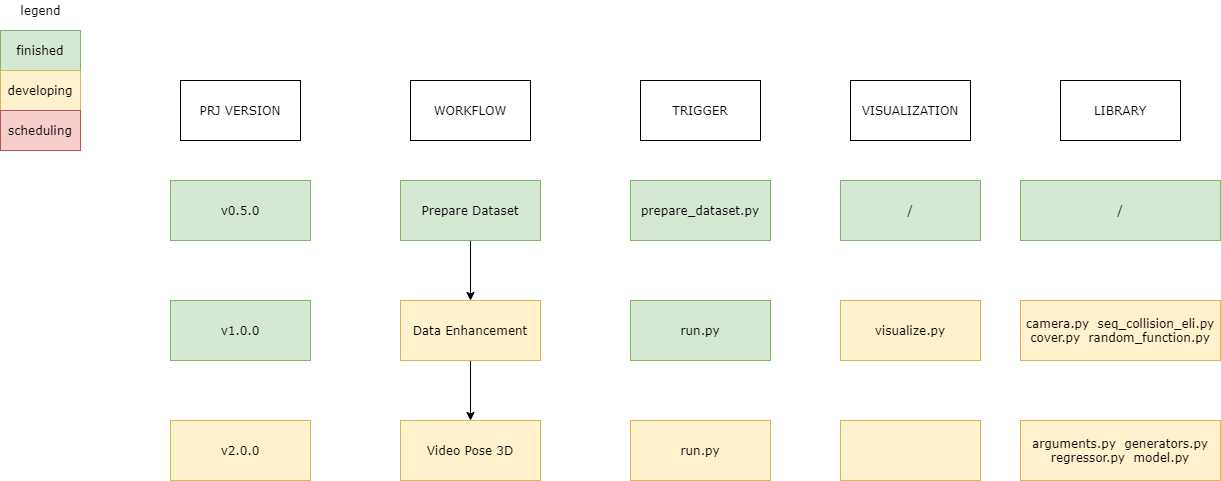
Above: Graphs/OverallLayout.png in rese1f/Self-supervised-Cross-view-3D-Human-Pose-Estimation-and-Localization-in-Video (draw.io), before the change. Source tidied: cells renumbered, new cells last; positions are measured from the earlier drawing's top-left corner, leaving out a move shared by most shapes. The source it was exported from:
```xml
<mxGraphModel>
  <root>
    <mxCell id="0" />
    <mxCell id="1" parent="0" />
    <mxCell id="2" style="edgeStyle=orthogonalEdgeStyle;rounded=0;jettySize=auto;html=1;exitX=0.5;exitY=1;exitDx=0;exitDy=0;entryX=0.5;entryY=0;entryDx=0;entryDy=0;fontFamily=Verdana;" parent="1" edge="1" source="3" target="4">
      <mxGeometry relative="1" as="geometry" />
    </mxCell>
    <mxCell id="3" value="Data Enhancement" style="rounded=0;whiteSpace=wrap;html=1;fontFamily=Verdana;fillColor=#fff2cc;strokeColor=#d6b656;" parent="1" vertex="1">
      <mxGeometry x="400" y="300" width="140" height="60" as="geometry" />
    </mxCell>
    <mxCell id="4" value="Video Pose 3D" style="rounded=0;whiteSpace=wrap;html=1;fontFamily=Verdana;fillColor=#fff2cc;strokeColor=#d6b656;" parent="1" vertex="1">
      <mxGeometry x="400" y="420" width="140" height="60" as="geometry" />
    </mxCell>
    <mxCell id="5" value="camera.py&amp;nbsp; seq_collision_eli.py&lt;br&gt;cover.py&amp;nbsp; random_function.py" style="rounded=0;whiteSpace=wrap;html=1;fontFamily=Verdana;fillColor=#fff2cc;strokeColor=#d6b656;" parent="1" vertex="1">
      <mxGeometry x="1020" y="300" width="200" height="60" as="geometry" />
    </mxCell>
    <mxCell id="6" style="edgeStyle=orthogonalEdgeStyle;rounded=0;jettySize=auto;html=1;exitX=0.5;exitY=1;exitDx=0;exitDy=0;entryX=0.5;entryY=0;entryDx=0;entryDy=0;fontFamily=Verdana;" parent="1" edge="1" source="7" target="3">
      <mxGeometry relative="1" as="geometry" />
    </mxCell>
    <mxCell id="7" value="Prepare Dataset" style="rounded=0;whiteSpace=wrap;html=1;fontFamily=Verdana;fillColor=#d5e8d4;strokeColor=#82b366;" parent="1" vertex="1">
      <mxGeometry x="400" y="180" width="140" height="60" as="geometry" />
    </mxCell>
    <mxCell id="8" value="WORKFLOW" style="rounded=0;whiteSpace=wrap;html=1;fontFamily=Verdana;" parent="1" vertex="1">
      <mxGeometry x="410" y="80" width="120" height="60" as="geometry" />
    </mxCell>
    <mxCell id="9" value="TRIGGER" style="rounded=0;whiteSpace=wrap;html=1;fontFamily=Verdana;" parent="1" vertex="1">
      <mxGeometry x="640" y="80" width="120" height="60" as="geometry" />
    </mxCell>
    <mxCell id="10" value="prepare_dataset.py" style="rounded=0;whiteSpace=wrap;html=1;fontFamily=Verdana;fillColor=#d5e8d4;strokeColor=#82b366;" parent="1" vertex="1">
      <mxGeometry x="630" y="180" width="140" height="60" as="geometry" />
    </mxCell>
    <mxCell id="11" value="LIBRARY" style="rounded=0;whiteSpace=wrap;html=1;fontFamily=Verdana;" parent="1" vertex="1">
      <mxGeometry x="1060" y="80" width="120" height="60" as="geometry" />
    </mxCell>
    <mxCell id="12" value="run.py" style="rounded=0;whiteSpace=wrap;html=1;fontFamily=Verdana;fillColor=#d5e8d4;strokeColor=#82b366;" parent="1" vertex="1">
      <mxGeometry x="630" y="300" width="140" height="60" as="geometry" />
    </mxCell>
    <mxCell id="13" value="VISUALIZATION" style="rounded=0;whiteSpace=wrap;html=1;fontFamily=Verdana;" parent="1" vertex="1">
      <mxGeometry x="850" y="80" width="120" height="60" as="geometry" />
    </mxCell>
    <mxCell id="14" value="visualize.py" style="rounded=0;whiteSpace=wrap;html=1;fontFamily=Verdana;fillColor=#fff2cc;strokeColor=#d6b656;" parent="1" vertex="1">
      <mxGeometry x="840" y="300" width="140" height="60" as="geometry" />
    </mxCell>
    <mxCell id="15" value="run.py" style="rounded=0;whiteSpace=wrap;html=1;fontFamily=Verdana;fillColor=#fff2cc;strokeColor=#d6b656;" parent="1" vertex="1">
      <mxGeometry x="630" y="420" width="140" height="60" as="geometry" />
    </mxCell>
    <mxCell id="16" value="finished" style="rounded=0;whiteSpace=wrap;html=1;fillColor=#d5e8d4;strokeColor=#82b366;fontFamily=Verdana;" parent="1" vertex="1">
      <mxGeometry y="30" width="80" height="40" as="geometry" />
    </mxCell>
    <mxCell id="17" value="developing" style="rounded=0;whiteSpace=wrap;html=1;fillColor=#fff2cc;strokeColor=#d6b656;fontFamily=Verdana;" parent="1" vertex="1">
      <mxGeometry y="70" width="80" height="40" as="geometry" />
    </mxCell>
    <mxCell id="18" value="scheduling" style="rounded=0;whiteSpace=wrap;html=1;fillColor=#f8cecc;strokeColor=#b85450;fontFamily=Verdana;" parent="1" vertex="1">
      <mxGeometry y="110" width="80" height="40" as="geometry" />
    </mxCell>
    <mxCell id="19" value="PRJ VERSION" style="rounded=0;whiteSpace=wrap;html=1;fontFamily=Verdana;" parent="1" vertex="1">
      <mxGeometry x="180" y="80" width="120" height="60" as="geometry" />
    </mxCell>
    <mxCell id="20" value="v0.5.0" style="rounded=0;whiteSpace=wrap;html=1;fontFamily=Verdana;fillColor=#d5e8d4;strokeColor=#82b366;" parent="1" vertex="1">
      <mxGeometry x="170" y="180" width="140" height="60" as="geometry" />
    </mxCell>
    <mxCell id="21" value="v1.0.0" style="rounded=0;whiteSpace=wrap;html=1;fontFamily=Verdana;fillColor=#d5e8d4;strokeColor=#82b366;" parent="1" vertex="1">
      <mxGeometry x="170" y="300" width="140" height="60" as="geometry" />
    </mxCell>
    <mxCell id="22" value="v2.0.0" style="rounded=0;whiteSpace=wrap;html=1;fontFamily=Verdana;fillColor=#fff2cc;strokeColor=#d6b656;" parent="1" vertex="1">
      <mxGeometry x="170" y="420" width="140" height="60" as="geometry" />
    </mxCell>
    <mxCell id="23" value="legend" style="text;html=1;align=center;verticalAlign=middle;fontFamily=Verdana;" parent="1" vertex="1">
      <mxGeometry x="10" width="60" height="20" as="geometry" />
    </mxCell>
    <mxCell id="24" style="rounded=0;whiteSpace=wrap;html=1;fontFamily=Verdana;fillColor=#fff2cc;strokeColor=#d6b656;" parent="1" vertex="1">
      <mxGeometry x="840" y="420" width="140" height="60" as="geometry" />
    </mxCell>
    <mxCell id="25" value="arguments.py&amp;nbsp; generators.py&lt;br&gt;regressor.py&amp;nbsp; model.py" style="rounded=0;whiteSpace=wrap;html=1;fontFamily=Verdana;fillColor=#fff2cc;strokeColor=#d6b656;" parent="1" vertex="1">
      <mxGeometry x="1020" y="420" width="200" height="60" as="geometry" />
    </mxCell>
    <mxCell id="26" value="/" style="rounded=0;whiteSpace=wrap;html=1;fontFamily=Verdana;fillColor=#d5e8d4;strokeColor=#82b366;" parent="1" vertex="1">
      <mxGeometry x="840" y="180" width="140" height="60" as="geometry" />
    </mxCell>
    <mxCell id="27" value="/" style="rounded=0;whiteSpace=wrap;html=1;fontFamily=Verdana;fillColor=#d5e8d4;strokeColor=#82b366;" parent="1" vertex="1">
      <mxGeometry x="1020" y="180" width="200" height="60" as="geometry" />
    </mxCell>
  </root>
</mxGraphModel>
```
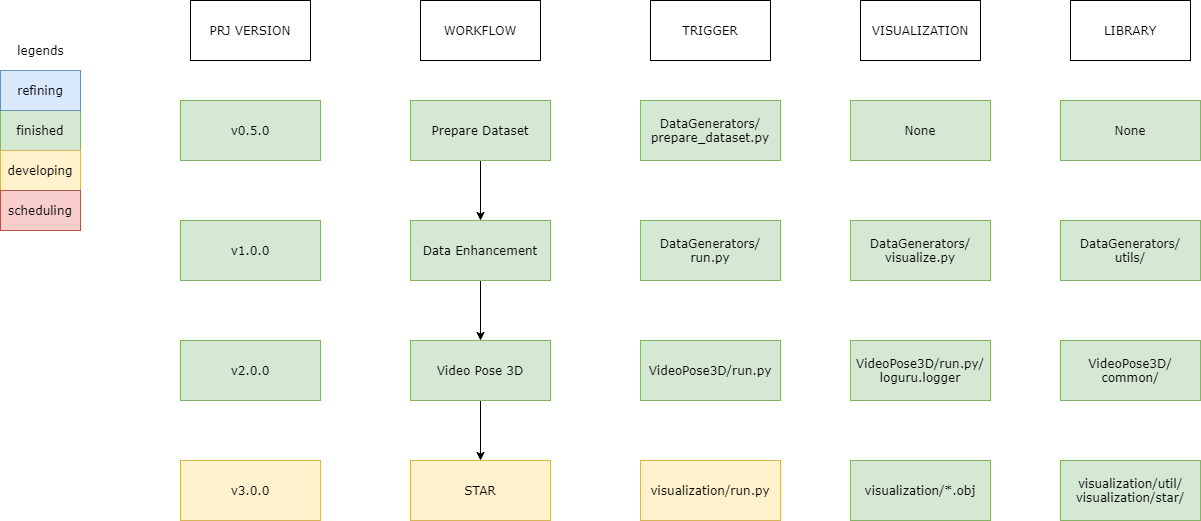
The same diagram one commit later.

Commit message:
upgraded the overall sledding graph for the project

Diff of the diagram source:
```diff
@@ -5,14 +5,17 @@
     <mxCell id="2" style="edgeStyle=orthogonalEdgeStyle;rounded=0;jettySize=auto;html=1;exitX=0.5;exitY=1;exitDx=0;exitDy=0;entryX=0.5;entryY=0;entryDx=0;entryDy=0;fontFamily=Verdana;" parent="1" edge="1" source="3" target="4">
       <mxGeometry relative="1" as="geometry" />
     </mxCell>
-    <mxCell id="3" value="Data Enhancement" style="rounded=0;whiteSpace=wrap;html=1;fontFamily=Verdana;fillColor=#fff2cc;strokeColor=#d6b656;" parent="1" vertex="1">
+    <mxCell id="3" value="Data Enhancement" style="rounded=0;whiteSpace=wrap;html=1;fontFamily=Verdana;fillColor=#d5e8d4;strokeColor=#82b366;" parent="1" vertex="1">
       <mxGeometry x="400" y="300" width="140" height="60" as="geometry" />
     </mxCell>
+    <mxCell id="28" style="edgeStyle=orthogonalEdgeStyle;rounded=0;jettySize=auto;html=1;exitX=0.5;exitY=1;exitDx=0;exitDy=0;entryX=0.5;entryY=0;entryDx=0;entryDy=0;" parent="1" edge="1" source="4" target="31">
+      <mxGeometry relative="1" as="geometry" />
+    </mxCell>
-    <mxCell id="4" value="Video Pose 3D" style="rounded=0;whiteSpace=wrap;html=1;fontFamily=Verdana;fillColor=#fff2cc;strokeColor=#d6b656;" parent="1" vertex="1">
+    <mxCell id="4" value="Video Pose 3D" style="rounded=0;whiteSpace=wrap;html=1;fontFamily=Verdana;fillColor=#d5e8d4;strokeColor=#82b366;" parent="1" vertex="1">
       <mxGeometry x="400" y="420" width="140" height="60" as="geometry" />
     </mxCell>
-    <mxCell id="5" value="camera.py&amp;nbsp; seq_collision_eli.py&lt;br&gt;cover.py&amp;nbsp; random_function.py" style="rounded=0;whiteSpace=wrap;html=1;fontFamily=Verdana;fillColor=#fff2cc;strokeColor=#d6b656;" parent="1" vertex="1">
-      <mxGeometry x="1020" y="300" width="200" height="60" as="geometry" />
+    <mxCell id="5" value="DataGenerators/&lt;br&gt;utils/" style="rounded=0;whiteSpace=wrap;html=1;fontFamily=Verdana;fillColor=#d5e8d4;strokeColor=#82b366;" parent="1" vertex="1">
+      <mxGeometry x="1050" y="300" width="140" height="60" as="geometry" />
     </mxCell>
     <mxCell id="6" style="edgeStyle=orthogonalEdgeStyle;rounded=0;jettySize=auto;html=1;exitX=0.5;exitY=1;exitDx=0;exitDy=0;entryX=0.5;entryY=0;entryDx=0;entryDy=0;fontFamily=Verdana;" parent="1" edge="1" source="7" target="3">
       <mxGeometry relative="1" as="geometry" />
@@ -26,32 +29,32 @@
     <mxCell id="9" value="TRIGGER" style="rounded=0;whiteSpace=wrap;html=1;fontFamily=Verdana;" parent="1" vertex="1">
       <mxGeometry x="640" y="80" width="120" height="60" as="geometry" />
     </mxCell>
-    <mxCell id="10" value="prepare_dataset.py" style="rounded=0;whiteSpace=wrap;html=1;fontFamily=Verdana;fillColor=#d5e8d4;strokeColor=#82b366;" parent="1" vertex="1">
+    <mxCell id="10" value="DataGenerators/&lt;br&gt;prepare_dataset.py" style="rounded=0;whiteSpace=wrap;html=1;fontFamily=Verdana;fillColor=#d5e8d4;strokeColor=#82b366;" parent="1" vertex="1">
       <mxGeometry x="630" y="180" width="140" height="60" as="geometry" />
     </mxCell>
     <mxCell id="11" value="LIBRARY" style="rounded=0;whiteSpace=wrap;html=1;fontFamily=Verdana;" parent="1" vertex="1">
       <mxGeometry x="1060" y="80" width="120" height="60" as="geometry" />
     </mxCell>
-    <mxCell id="12" value="run.py" style="rounded=0;whiteSpace=wrap;html=1;fontFamily=Verdana;fillColor=#d5e8d4;strokeColor=#82b366;" parent="1" vertex="1">
+    <mxCell id="12" value="DataGenerators/&lt;br&gt;run.py" style="rounded=0;whiteSpace=wrap;html=1;fontFamily=Verdana;fillColor=#d5e8d4;strokeColor=#82b366;" parent="1" vertex="1">
       <mxGeometry x="630" y="300" width="140" height="60" as="geometry" />
     </mxCell>
     <mxCell id="13" value="VISUALIZATION" style="rounded=0;whiteSpace=wrap;html=1;fontFamily=Verdana;" parent="1" vertex="1">
       <mxGeometry x="850" y="80" width="120" height="60" as="geometry" />
     </mxCell>
-    <mxCell id="14" value="visualize.py" style="rounded=0;whiteSpace=wrap;html=1;fontFamily=Verdana;fillColor=#fff2cc;strokeColor=#d6b656;" parent="1" vertex="1">
+    <mxCell id="14" value="DataGenerators/&lt;br&gt;visualize.py" style="rounded=0;whiteSpace=wrap;html=1;fontFamily=Verdana;fillColor=#d5e8d4;strokeColor=#82b366;" parent="1" vertex="1">
       <mxGeometry x="840" y="300" width="140" height="60" as="geometry" />
     </mxCell>
-    <mxCell id="15" value="run.py" style="rounded=0;whiteSpace=wrap;html=1;fontFamily=Verdana;fillColor=#fff2cc;strokeColor=#d6b656;" parent="1" vertex="1">
+    <mxCell id="15" value="VideoPose3D/run.py" style="rounded=0;whiteSpace=wrap;html=1;fontFamily=Verdana;fillColor=#d5e8d4;strokeColor=#82b366;" parent="1" vertex="1">
       <mxGeometry x="630" y="420" width="140" height="60" as="geometry" />
     </mxCell>
     <mxCell id="16" value="finished" style="rounded=0;whiteSpace=wrap;html=1;fillColor=#d5e8d4;strokeColor=#82b366;fontFamily=Verdana;" parent="1" vertex="1">
-      <mxGeometry y="30" width="80" height="40" as="geometry" />
+      <mxGeometry x="-10" y="190" width="80" height="40" as="geometry" />
     </mxCell>
     <mxCell id="17" value="developing" style="rounded=0;whiteSpace=wrap;html=1;fillColor=#fff2cc;strokeColor=#d6b656;fontFamily=Verdana;" parent="1" vertex="1">
-      <mxGeometry y="70" width="80" height="40" as="geometry" />
+      <mxGeometry x="-10" y="230" width="80" height="40" as="geometry" />
     </mxCell>
     <mxCell id="18" value="scheduling" style="rounded=0;whiteSpace=wrap;html=1;fillColor=#f8cecc;strokeColor=#b85450;fontFamily=Verdana;" parent="1" vertex="1">
-      <mxGeometry y="110" width="80" height="40" as="geometry" />
+      <mxGeometry x="-10" y="270" width="80" height="40" as="geometry" />
     </mxCell>
     <mxCell id="19" value="PRJ VERSION" style="rounded=0;whiteSpace=wrap;html=1;fontFamily=Verdana;" parent="1" vertex="1">
       <mxGeometry x="180" y="80" width="120" height="60" as="geometry" />
@@ -62,23 +65,41 @@
     <mxCell id="21" value="v1.0.0" style="rounded=0;whiteSpace=wrap;html=1;fontFamily=Verdana;fillColor=#d5e8d4;strokeColor=#82b366;" parent="1" vertex="1">
       <mxGeometry x="170" y="300" width="140" height="60" as="geometry" />
     </mxCell>
-    <mxCell id="22" value="v2.0.0" style="rounded=0;whiteSpace=wrap;html=1;fontFamily=Verdana;fillColor=#fff2cc;strokeColor=#d6b656;" parent="1" vertex="1">
+    <mxCell id="22" value="v2.0.0" style="rounded=0;whiteSpace=wrap;html=1;fontFamily=Verdana;fillColor=#d5e8d4;strokeColor=#82b366;" parent="1" vertex="1">
       <mxGeometry x="170" y="420" width="140" height="60" as="geometry" />
     </mxCell>
-    <mxCell id="23" value="legend" style="text;html=1;align=center;verticalAlign=middle;fontFamily=Verdana;" parent="1" vertex="1">
-      <mxGeometry x="10" width="60" height="20" as="geometry" />
+    <mxCell id="23" value="legends" style="text;html=1;align=center;verticalAlign=middle;fontFamily=Verdana;" parent="1" vertex="1">
+      <mxGeometry y="120" width="60" height="20" as="geometry" />
     </mxCell>
-    <mxCell id="24" style="rounded=0;whiteSpace=wrap;html=1;fontFamily=Verdana;fillColor=#fff2cc;strokeColor=#d6b656;" parent="1" vertex="1">
+    <mxCell id="24" value="VideoPose3D/run.py/&lt;br&gt;loguru.logger" style="rounded=0;whiteSpace=wrap;html=1;fontFamily=Verdana;fillColor=#d5e8d4;strokeColor=#82b366;" parent="1" vertex="1">
       <mxGeometry x="840" y="420" width="140" height="60" as="geometry" />
     </mxCell>
-    <mxCell id="25" value="arguments.py&amp;nbsp; generators.py&lt;br&gt;regressor.py&amp;nbsp; model.py" style="rounded=0;whiteSpace=wrap;html=1;fontFamily=Verdana;fillColor=#fff2cc;strokeColor=#d6b656;" parent="1" vertex="1">
-      <mxGeometry x="1020" y="420" width="200" height="60" as="geometry" />
+    <mxCell id="25" value="VideoPose3D/&lt;br&gt;common/" style="rounded=0;whiteSpace=wrap;html=1;fontFamily=Verdana;fillColor=#d5e8d4;strokeColor=#82b366;" parent="1" vertex="1">
+      <mxGeometry x="1050" y="420" width="140" height="60" as="geometry" />
     </mxCell>
-    <mxCell id="26" value="/" style="rounded=0;whiteSpace=wrap;html=1;fontFamily=Verdana;fillColor=#d5e8d4;strokeColor=#82b366;" parent="1" vertex="1">
+    <mxCell id="26" value="None" style="rounded=0;whiteSpace=wrap;html=1;fontFamily=Verdana;fillColor=#d5e8d4;strokeColor=#82b366;" parent="1" vertex="1">
       <mxGeometry x="840" y="180" width="140" height="60" as="geometry" />
     </mxCell>
-    <mxCell id="27" value="/" style="rounded=0;whiteSpace=wrap;html=1;fontFamily=Verdana;fillColor=#d5e8d4;strokeColor=#82b366;" parent="1" vertex="1">
-      <mxGeometry x="1020" y="180" width="200" height="60" as="geometry" />
+    <mxCell id="27" value="None" style="rounded=0;whiteSpace=wrap;html=1;fontFamily=Verdana;fillColor=#d5e8d4;strokeColor=#82b366;" parent="1" vertex="1">
+      <mxGeometry x="1050" y="180" width="140" height="60" as="geometry" />
     </mxCell>
+    <mxCell id="29" value="refining" style="rounded=0;whiteSpace=wrap;html=1;fillColor=#dae8fc;strokeColor=#6c8ebf;fontFamily=Verdana;" parent="1" vertex="1">
+      <mxGeometry x="-10" y="150" width="80" height="40" as="geometry" />
+    </mxCell>
+    <mxCell id="30" value="v3.0.0" style="rounded=0;whiteSpace=wrap;html=1;fontFamily=Verdana;fillColor=#fff2cc;strokeColor=#d6b656;" parent="1" vertex="1">
+      <mxGeometry x="170" y="540" width="140" height="60" as="geometry" />
+    </mxCell>
+    <mxCell id="31" value="STAR" style="rounded=0;whiteSpace=wrap;html=1;fontFamily=Verdana;fillColor=#fff2cc;strokeColor=#d6b656;" parent="1" vertex="1">
+      <mxGeometry x="400" y="540" width="140" height="60" as="geometry" />
+    </mxCell>
+    <mxCell id="32" value="visualization/run.py" style="rounded=0;whiteSpace=wrap;html=1;fontFamily=Verdana;fillColor=#fff2cc;strokeColor=#d6b656;" parent="1" vertex="1">
+      <mxGeometry x="630" y="540" width="140" height="60" as="geometry" />
+    </mxCell>
+    <mxCell id="33" value="visualization/*.obj" style="rounded=0;whiteSpace=wrap;html=1;fontFamily=Verdana;fillColor=#d5e8d4;strokeColor=#82b366;" parent="1" vertex="1">
+      <mxGeometry x="840" y="540" width="140" height="60" as="geometry" />
+    </mxCell>
+    <mxCell id="34" value="visualization/util/&lt;br&gt;visualization/star/" style="rounded=0;whiteSpace=wrap;html=1;fontFamily=Verdana;fillColor=#d5e8d4;strokeColor=#82b366;" parent="1" vertex="1">
+      <mxGeometry x="1050" y="540" width="140" height="60" as="geometry" />
+    </mxCell>
   </root>
 </mxGraphModel>
```
